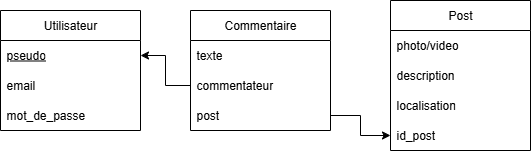
t-doc-org/janm keeps this draw.io diagram as docs/DOI2/Databases/images/ex3.png. Above is the earlier version. Source tidied: cells renumbered, new cells last; positions are measured from the earlier drawing's top-left corner, leaving out a move shared by most shapes. Source of this version:
```xml
<mxGraphModel>
  <root>
    <mxCell id="0" />
    <mxCell id="1" parent="0" />
    <mxCell id="2" value="Utilisateur" style="swimlane;fontStyle=0;horizontal=1;startSize=30;whiteSpace=wrap;html=1;" parent="1" vertex="1">
      <mxGeometry y="10" width="140" height="120" as="geometry" />
    </mxCell>
    <mxCell id="3" value="&lt;u&gt;pseudo&lt;/u&gt;" style="text;strokeColor=none;fillColor=none;align=left;verticalAlign=middle;spacingLeft=4;spacingRight=4;overflow=hidden;points=[[0,0.5],[1,0.5]];portConstraint=eastwest;whiteSpace=wrap;html=1;" parent="2" vertex="1">
      <mxGeometry y="30" width="140" height="30" as="geometry" />
    </mxCell>
    <mxCell id="4" value="email" style="text;strokeColor=none;fillColor=none;align=left;verticalAlign=middle;spacingLeft=4;spacingRight=4;overflow=hidden;whiteSpace=wrap;html=1;" parent="2" vertex="1">
      <mxGeometry y="60" width="140" height="30" as="geometry" />
    </mxCell>
    <mxCell id="5" value="mot_de_passe" style="text;strokeColor=none;fillColor=none;align=left;verticalAlign=middle;spacingLeft=4;spacingRight=4;overflow=hidden;whiteSpace=wrap;html=1;" parent="2" vertex="1">
      <mxGeometry y="90" width="140" height="30" as="geometry" />
    </mxCell>
    <mxCell id="6" value="Post" style="swimlane;fontStyle=0;horizontal=1;startSize=30;whiteSpace=wrap;html=1;" parent="1" vertex="1">
      <mxGeometry x="390" width="140" height="150" as="geometry" />
    </mxCell>
    <mxCell id="7" value="photo/video" style="text;strokeColor=none;fillColor=none;align=left;verticalAlign=middle;spacingLeft=4;spacingRight=4;overflow=hidden;whiteSpace=wrap;html=1;" parent="6" vertex="1">
      <mxGeometry y="30" width="140" height="30" as="geometry" />
    </mxCell>
    <mxCell id="8" value="description" style="text;strokeColor=none;fillColor=none;align=left;verticalAlign=middle;spacingLeft=4;spacingRight=4;overflow=hidden;whiteSpace=wrap;html=1;" parent="6" vertex="1">
      <mxGeometry y="60" width="140" height="30" as="geometry" />
    </mxCell>
    <mxCell id="9" value="localisation" style="text;strokeColor=none;fillColor=none;align=left;verticalAlign=middle;spacingLeft=4;spacingRight=4;overflow=hidden;whiteSpace=wrap;html=1;" parent="6" vertex="1">
      <mxGeometry y="90" width="140" height="30" as="geometry" />
    </mxCell>
    <mxCell id="10" value="id_post" style="text;strokeColor=none;fillColor=none;align=left;verticalAlign=middle;spacingLeft=4;spacingRight=4;overflow=hidden;points=[[0,0.5],[1,0.5]];portConstraint=eastwest;whiteSpace=wrap;html=1;" parent="6" vertex="1">
      <mxGeometry y="120" width="140" height="30" as="geometry" />
    </mxCell>
    <mxCell id="11" value="Commentaire" style="swimlane;fontStyle=0;horizontal=1;startSize=30;whiteSpace=wrap;html=1;" parent="1" vertex="1">
      <mxGeometry x="190" y="10" width="140" height="120" as="geometry" />
    </mxCell>
    <mxCell id="12" value="texte" style="text;strokeColor=none;fillColor=none;align=left;verticalAlign=middle;spacingLeft=4;spacingRight=4;overflow=hidden;whiteSpace=wrap;html=1;" parent="11" vertex="1">
      <mxGeometry y="30" width="140" height="30" as="geometry" />
    </mxCell>
    <mxCell id="13" value="commentateur" style="text;strokeColor=none;fillColor=none;align=left;verticalAlign=middle;spacingLeft=4;spacingRight=4;overflow=hidden;points=[[0,0.5],[1,0.5]];portConstraint=eastwest;whiteSpace=wrap;html=1;" parent="11" vertex="1">
      <mxGeometry y="60" width="140" height="30" as="geometry" />
    </mxCell>
    <mxCell id="14" value="post" style="text;strokeColor=none;fillColor=none;align=left;verticalAlign=middle;spacingLeft=4;spacingRight=4;overflow=hidden;points=[[0,0.5],[1,0.5]];portConstraint=eastwest;whiteSpace=wrap;html=1;" parent="11" vertex="1">
      <mxGeometry y="90" width="140" height="30" as="geometry" />
    </mxCell>
    <mxCell id="15" style="edgeStyle=orthogonalEdgeStyle;rounded=0;jettySize=auto;html=1;exitX=0;exitY=0.5;exitDx=0;exitDy=0;entryX=1;entryY=0.5;entryDx=0;entryDy=0;" parent="1" edge="1" source="13" target="3">
      <mxGeometry relative="1" as="geometry" />
    </mxCell>
    <mxCell id="16" style="edgeStyle=orthogonalEdgeStyle;rounded=0;jettySize=auto;html=1;exitX=1;exitY=0.5;exitDx=0;exitDy=0;entryX=0;entryY=0.5;entryDx=0;entryDy=0;" parent="1" edge="1" source="14" target="10">
      <mxGeometry relative="1" as="geometry" />
    </mxCell>
  </root>
</mxGraphModel>
```
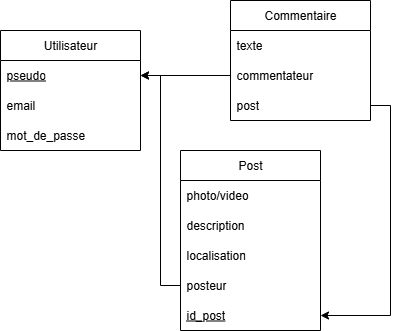
After the commit.

Diff of the diagram source:
```diff
@@ -3,7 +3,7 @@
     <mxCell id="0" />
     <mxCell id="1" parent="0" />
     <mxCell id="2" value="Utilisateur" style="swimlane;fontStyle=0;horizontal=1;startSize=30;whiteSpace=wrap;html=1;" parent="1" vertex="1">
-      <mxGeometry y="10" width="140" height="120" as="geometry" />
+      <mxGeometry x="30" y="10" width="140" height="120" as="geometry" />
     </mxCell>
     <mxCell id="3" value="&lt;u&gt;pseudo&lt;/u&gt;" style="text;strokeColor=none;fillColor=none;align=left;verticalAlign=middle;spacingLeft=4;spacingRight=4;overflow=hidden;points=[[0,0.5],[1,0.5]];portConstraint=eastwest;whiteSpace=wrap;html=1;" parent="2" vertex="1">
       <mxGeometry y="30" width="140" height="30" as="geometry" />
@@ -15,7 +15,7 @@
       <mxGeometry y="90" width="140" height="30" as="geometry" />
     </mxCell>
     <mxCell id="6" value="Post" style="swimlane;fontStyle=0;horizontal=1;startSize=30;whiteSpace=wrap;html=1;" parent="1" vertex="1">
-      <mxGeometry x="390" width="140" height="150" as="geometry" />
+      <mxGeometry x="210" y="130" width="140" height="180" as="geometry" />
     </mxCell>
     <mxCell id="7" value="photo/video" style="text;strokeColor=none;fillColor=none;align=left;verticalAlign=middle;spacingLeft=4;spacingRight=4;overflow=hidden;whiteSpace=wrap;html=1;" parent="6" vertex="1">
       <mxGeometry y="30" width="140" height="30" as="geometry" />
@@ -26,11 +26,14 @@
     <mxCell id="9" value="localisation" style="text;strokeColor=none;fillColor=none;align=left;verticalAlign=middle;spacingLeft=4;spacingRight=4;overflow=hidden;whiteSpace=wrap;html=1;" parent="6" vertex="1">
       <mxGeometry y="90" width="140" height="30" as="geometry" />
     </mxCell>
+    <mxCell id="17" value="posteur" style="text;strokeColor=none;fillColor=none;align=left;verticalAlign=middle;spacingLeft=4;spacingRight=4;overflow=hidden;points=[[0,0.5],[1,0.5]];portConstraint=eastwest;whiteSpace=wrap;html=1;" parent="6" vertex="1">
+      <mxGeometry y="120" width="140" height="30" as="geometry" />
+    </mxCell>
-    <mxCell id="10" value="id_post" style="text;strokeColor=none;fillColor=none;align=left;verticalAlign=middle;spacingLeft=4;spacingRight=4;overflow=hidden;points=[[0,0.5],[1,0.5]];portConstraint=eastwest;whiteSpace=wrap;html=1;" parent="6" vertex="1">
-      <mxGeometry y="120" width="140" height="30" as="geometry" />
+    <mxCell id="10" value="&lt;u&gt;id_post&lt;/u&gt;" style="text;strokeColor=none;fillColor=none;align=left;verticalAlign=middle;spacingLeft=4;spacingRight=4;overflow=hidden;points=[[0,0.5],[1,0.5]];portConstraint=eastwest;whiteSpace=wrap;html=1;" parent="6" vertex="1">
+      <mxGeometry y="150" width="140" height="30" as="geometry" />
     </mxCell>
     <mxCell id="11" value="Commentaire" style="swimlane;fontStyle=0;horizontal=1;startSize=30;whiteSpace=wrap;html=1;" parent="1" vertex="1">
-      <mxGeometry x="190" y="10" width="140" height="120" as="geometry" />
+      <mxGeometry x="260" y="-20" width="140" height="120" as="geometry" />
     </mxCell>
     <mxCell id="12" value="texte" style="text;strokeColor=none;fillColor=none;align=left;verticalAlign=middle;spacingLeft=4;spacingRight=4;overflow=hidden;whiteSpace=wrap;html=1;" parent="11" vertex="1">
       <mxGeometry y="30" width="140" height="30" as="geometry" />
@@ -44,7 +47,10 @@
     <mxCell id="15" style="edgeStyle=orthogonalEdgeStyle;rounded=0;jettySize=auto;html=1;exitX=0;exitY=0.5;exitDx=0;exitDy=0;entryX=1;entryY=0.5;entryDx=0;entryDy=0;" parent="1" edge="1" source="13" target="3">
       <mxGeometry relative="1" as="geometry" />
     </mxCell>
+    <mxCell id="18" style="edgeStyle=orthogonalEdgeStyle;rounded=0;jettySize=auto;html=1;exitX=0;exitY=0.5;exitDx=0;exitDy=0;entryX=1;entryY=0.5;entryDx=0;entryDy=0;" parent="1" edge="1" source="17" target="3">
+      <mxGeometry relative="1" as="geometry" />
+    </mxCell>
-    <mxCell id="16" style="edgeStyle=orthogonalEdgeStyle;rounded=0;jettySize=auto;html=1;exitX=1;exitY=0.5;exitDx=0;exitDy=0;entryX=0;entryY=0.5;entryDx=0;entryDy=0;" parent="1" edge="1" source="14" target="10">
+    <mxCell id="16" style="edgeStyle=orthogonalEdgeStyle;rounded=0;jettySize=auto;html=1;exitX=1;exitY=0.5;exitDx=0;exitDy=0;entryX=1;entryY=0.5;entryDx=0;entryDy=0;" parent="1" edge="1" source="14" target="10">
       <mxGeometry relative="1" as="geometry" />
     </mxCell>
   </root>
```
